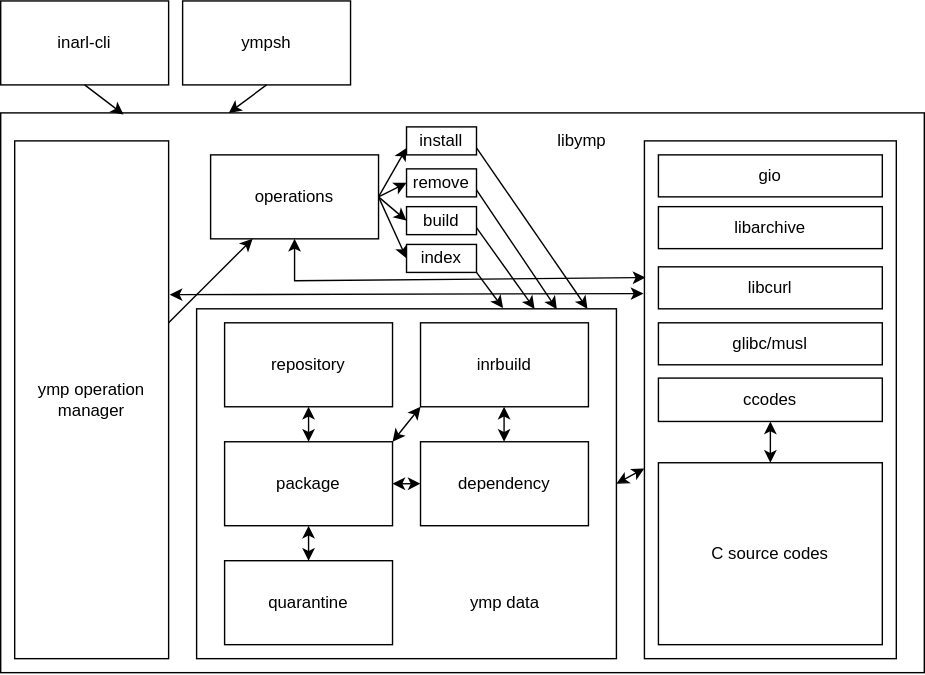
turkman-linux/ymp keeps this draw.io diagram as src/ymp-work-schema.svg. Above is the earlier version. Source tidied: cells renumbered, new cells last; positions are measured from the earlier drawing's top-left corner, leaving out a move shared by most shapes. The source it was exported from:
```xml
<mxGraphModel>
  <root>
    <mxCell id="0" />
    <mxCell id="1" parent="0" />
    <mxCell id="2" value="&lt;div&gt;inarl-cli&lt;/div&gt;" style="rounded=0;whiteSpace=wrap;html=1;" parent="1" vertex="1">
      <mxGeometry width="120" height="60" as="geometry" />
    </mxCell>
    <mxCell id="3" style="rounded=0;whiteSpace=wrap;html=1;" parent="1" vertex="1">
      <mxGeometry y="80" width="660" height="400" as="geometry" />
    </mxCell>
    <mxCell id="4" value="&lt;div&gt;operations&lt;/div&gt;" style="rounded=0;whiteSpace=wrap;html=1;" parent="1" vertex="1">
      <mxGeometry x="150" y="110" width="120" height="60" as="geometry" />
    </mxCell>
    <mxCell id="5" style="endArrow=classic;html=1;rounded=0;exitX=0.5;exitY=1;exitDx=0;exitDy=0;entryX=0.133;entryY=0.003;entryDx=0;entryDy=0;entryPerimeter=0;" parent="1" edge="1" source="2" target="3">
      <mxGeometry relative="1" as="geometry" />
    </mxCell>
    <mxCell id="6" value="inary operation manager" style="rounded=0;whiteSpace=wrap;html=1;" parent="1" vertex="1">
      <mxGeometry x="10" y="100" width="110" height="370" as="geometry" />
    </mxCell>
    <mxCell id="7" style="endArrow=classic;html=1;rounded=0;" parent="1" edge="1" source="6" target="4">
      <mxGeometry relative="1" as="geometry" />
    </mxCell>
    <mxCell id="8" value="install" style="rounded=0;whiteSpace=wrap;html=1;" parent="1" vertex="1">
      <mxGeometry x="290" y="90" width="50" height="20" as="geometry" />
    </mxCell>
    <mxCell id="9" value="remove" style="rounded=0;whiteSpace=wrap;html=1;" parent="1" vertex="1">
      <mxGeometry x="290" y="120" width="50" height="20" as="geometry" />
    </mxCell>
    <mxCell id="10" value="&lt;div&gt;build&lt;/div&gt;" style="rounded=0;whiteSpace=wrap;html=1;" parent="1" vertex="1">
      <mxGeometry x="290" y="147" width="50" height="20" as="geometry" />
    </mxCell>
    <mxCell id="11" value="index" style="rounded=0;whiteSpace=wrap;html=1;" parent="1" vertex="1">
      <mxGeometry x="290" y="174" width="50" height="20" as="geometry" />
    </mxCell>
    <mxCell id="12" style="endArrow=classic;html=1;rounded=0;exitX=1;exitY=0.5;exitDx=0;exitDy=0;entryX=0;entryY=0.75;entryDx=0;entryDy=0;" parent="1" edge="1" source="4" target="8">
      <mxGeometry relative="1" as="geometry" />
    </mxCell>
    <mxCell id="13" style="endArrow=classic;html=1;rounded=0;exitX=1;exitY=0.5;exitDx=0;exitDy=0;entryX=0;entryY=0.5;entryDx=0;entryDy=0;" parent="1" edge="1" source="4" target="9">
      <mxGeometry relative="1" as="geometry" />
    </mxCell>
    <mxCell id="14" style="endArrow=classic;html=1;rounded=0;exitX=1;exitY=0.5;exitDx=0;exitDy=0;entryX=0;entryY=0.5;entryDx=0;entryDy=0;" parent="1" edge="1" source="4" target="10">
      <mxGeometry relative="1" as="geometry" />
    </mxCell>
    <mxCell id="15" style="endArrow=classic;html=1;rounded=0;entryX=0;entryY=0.5;entryDx=0;entryDy=0;" parent="1" edge="1" target="11">
      <mxGeometry relative="1" as="geometry">
        <mxPoint x="270" y="140" as="sourcePoint" />
      </mxGeometry>
    </mxCell>
    <mxCell id="16" style="rounded=0;whiteSpace=wrap;html=1;" parent="1" vertex="1">
      <mxGeometry x="140" y="220" width="300" height="250" as="geometry" />
    </mxCell>
    <mxCell id="17" value="repository" style="rounded=0;whiteSpace=wrap;html=1;" parent="1" vertex="1">
      <mxGeometry x="160" y="230" width="120" height="60" as="geometry" />
    </mxCell>
    <mxCell id="18" value="package" style="rounded=0;whiteSpace=wrap;html=1;" parent="1" vertex="1">
      <mxGeometry x="160" y="315" width="120" height="60" as="geometry" />
    </mxCell>
    <mxCell id="19" style="endArrow=classic;startArrow=classic;html=1;rounded=0;exitX=0.5;exitY=1;exitDx=0;exitDy=0;entryX=0.5;entryY=0;entryDx=0;entryDy=0;" parent="1" edge="1" source="17" target="18">
      <mxGeometry relative="1" as="geometry" />
    </mxCell>
    <mxCell id="20" value="quarantine" style="rounded=0;whiteSpace=wrap;html=1;" parent="1" vertex="1">
      <mxGeometry x="160" y="400" width="120" height="60" as="geometry" />
    </mxCell>
    <mxCell id="21" style="endArrow=classic;startArrow=classic;html=1;rounded=0;exitX=0.5;exitY=1;exitDx=0;exitDy=0;" parent="1" edge="1" source="18" target="20">
      <mxGeometry relative="1" as="geometry" />
    </mxCell>
    <mxCell id="22" style="endArrow=classic;html=1;rounded=0;exitX=1;exitY=1;exitDx=0;exitDy=0;entryX=0.73;entryY=-0.002;entryDx=0;entryDy=0;entryPerimeter=0;" parent="1" edge="1" source="11" target="16">
      <mxGeometry relative="1" as="geometry" />
    </mxCell>
    <mxCell id="23" style="endArrow=classic;html=1;rounded=0;exitX=1;exitY=0.75;exitDx=0;exitDy=0;entryX=0.805;entryY=0;entryDx=0;entryDy=0;entryPerimeter=0;" parent="1" edge="1" source="10" target="16">
      <mxGeometry relative="1" as="geometry" />
    </mxCell>
    <mxCell id="24" style="endArrow=classic;html=1;rounded=0;exitX=1;exitY=0.75;exitDx=0;exitDy=0;entryX=0.858;entryY=0.001;entryDx=0;entryDy=0;entryPerimeter=0;" parent="1" edge="1" source="9" target="16">
      <mxGeometry relative="1" as="geometry" />
    </mxCell>
    <mxCell id="25" style="endArrow=classic;html=1;rounded=0;exitX=1;exitY=0.75;exitDx=0;exitDy=0;entryX=0.931;entryY=0;entryDx=0;entryDy=0;entryPerimeter=0;" parent="1" edge="1" source="8" target="16">
      <mxGeometry relative="1" as="geometry" />
    </mxCell>
    <mxCell id="26" value="inrbuild" style="rounded=0;whiteSpace=wrap;html=1;" parent="1" vertex="1">
      <mxGeometry x="300" y="230" width="120" height="60" as="geometry" />
    </mxCell>
    <mxCell id="27" value="dependency" style="rounded=0;whiteSpace=wrap;html=1;" parent="1" vertex="1">
      <mxGeometry x="300" y="315" width="120" height="60" as="geometry" />
    </mxCell>
    <mxCell id="28" style="endArrow=classic;startArrow=classic;html=1;rounded=0;exitX=1;exitY=0.5;exitDx=0;exitDy=0;" parent="1" edge="1" source="18" target="27">
      <mxGeometry relative="1" as="geometry" />
    </mxCell>
    <mxCell id="29" style="endArrow=classic;startArrow=classic;html=1;rounded=0;exitX=0.5;exitY=1;exitDx=0;exitDy=0;entryX=0.5;entryY=0;entryDx=0;entryDy=0;" parent="1" edge="1">
      <mxGeometry relative="1" as="geometry">
        <mxPoint x="359.7" y="290" as="sourcePoint" />
        <mxPoint x="359.7" y="315" as="targetPoint" />
      </mxGeometry>
    </mxCell>
    <mxCell id="30" style="endArrow=classic;startArrow=classic;html=1;rounded=0;exitX=1;exitY=0;exitDx=0;exitDy=0;entryX=0;entryY=1;entryDx=0;entryDy=0;" parent="1" edge="1" source="18" target="26">
      <mxGeometry relative="1" as="geometry" />
    </mxCell>
    <mxCell id="31" style="rounded=0;whiteSpace=wrap;html=1;" parent="1" vertex="1">
      <mxGeometry x="460" y="100" width="180" height="370" as="geometry" />
    </mxCell>
    <mxCell id="32" value="&lt;div&gt;inary data&lt;/div&gt;" style="text;html=1;align=center;verticalAlign=middle;fillColor=none;strokeColor=none;rounded=0;" parent="1" vertex="1">
      <mxGeometry x="325" y="415" width="70" height="30" as="geometry" />
    </mxCell>
    <mxCell id="33" value="libinary" style="text;html=1;align=center;verticalAlign=middle;fillColor=none;strokeColor=none;rounded=0;" parent="1" vertex="1">
      <mxGeometry x="385" y="85" width="60" height="30" as="geometry" />
    </mxCell>
    <mxCell id="34" value="C source codes" style="rounded=0;whiteSpace=wrap;html=1;" parent="1" vertex="1">
      <mxGeometry x="470" y="330" width="160" height="130" as="geometry" />
    </mxCell>
    <mxCell id="35" value="ccodes" style="rounded=0;whiteSpace=wrap;html=1;" parent="1" vertex="1">
      <mxGeometry x="470" y="269.5" width="160" height="31" as="geometry" />
    </mxCell>
    <mxCell id="36" style="endArrow=classic;startArrow=classic;html=1;rounded=0;exitX=0.5;exitY=0;exitDx=0;exitDy=0;entryX=0.5;entryY=1;entryDx=0;entryDy=0;" parent="1" edge="1" source="34" target="35">
      <mxGeometry relative="1" as="geometry" />
    </mxCell>
    <mxCell id="37" style="endArrow=classic;startArrow=classic;html=1;rounded=0;exitX=1;exitY=0.5;exitDx=0;exitDy=0;" parent="1" edge="1" source="16" target="31">
      <mxGeometry relative="1" as="geometry" />
    </mxCell>
    <mxCell id="38" style="endArrow=classic;startArrow=classic;html=1;rounded=0;exitX=1.007;exitY=0.297;exitDx=0;exitDy=0;entryX=-0.004;entryY=0.295;entryDx=0;entryDy=0;entryPerimeter=0;exitPerimeter=0;" parent="1" edge="1" source="6" target="31">
      <mxGeometry relative="1" as="geometry" />
    </mxCell>
    <mxCell id="39" style="endArrow=classic;startArrow=classic;html=1;rounded=0;exitX=0.5;exitY=1;exitDx=0;exitDy=0;entryX=0.004;entryY=0.264;entryDx=0;entryDy=0;entryPerimeter=0;" parent="1" edge="1" source="4" target="31">
      <mxGeometry relative="1" as="geometry">
        <Array as="points">
          <mxPoint x="210" y="200" />
        </Array>
      </mxGeometry>
    </mxCell>
    <mxCell id="40" value="gio" style="rounded=0;whiteSpace=wrap;html=1;" parent="1" vertex="1">
      <mxGeometry x="470" y="110" width="160" height="30" as="geometry" />
    </mxCell>
    <mxCell id="41" value="libarchive" style="rounded=0;whiteSpace=wrap;html=1;" parent="1" vertex="1">
      <mxGeometry x="470" y="147" width="160" height="30" as="geometry" />
    </mxCell>
    <mxCell id="42" value="libcurl" style="rounded=0;whiteSpace=wrap;html=1;" parent="1" vertex="1">
      <mxGeometry x="470" y="190" width="160" height="30" as="geometry" />
    </mxCell>
    <mxCell id="43" value="glibc/musl" style="rounded=0;whiteSpace=wrap;html=1;" parent="1" vertex="1">
      <mxGeometry x="470" y="230" width="160" height="30" as="geometry" />
    </mxCell>
    <mxCell id="44" value="inarysh" style="rounded=0;whiteSpace=wrap;html=1;" parent="1" vertex="1">
      <mxGeometry x="130" width="120" height="60" as="geometry" />
    </mxCell>
    <mxCell id="45" style="endArrow=classic;html=1;rounded=0;exitX=0.5;exitY=1;exitDx=0;exitDy=0;entryX=0.247;entryY=0;entryDx=0;entryDy=0;entryPerimeter=0;" parent="1" edge="1" source="44" target="3">
      <mxGeometry relative="1" as="geometry" />
    </mxCell>
  </root>
</mxGraphModel>
```
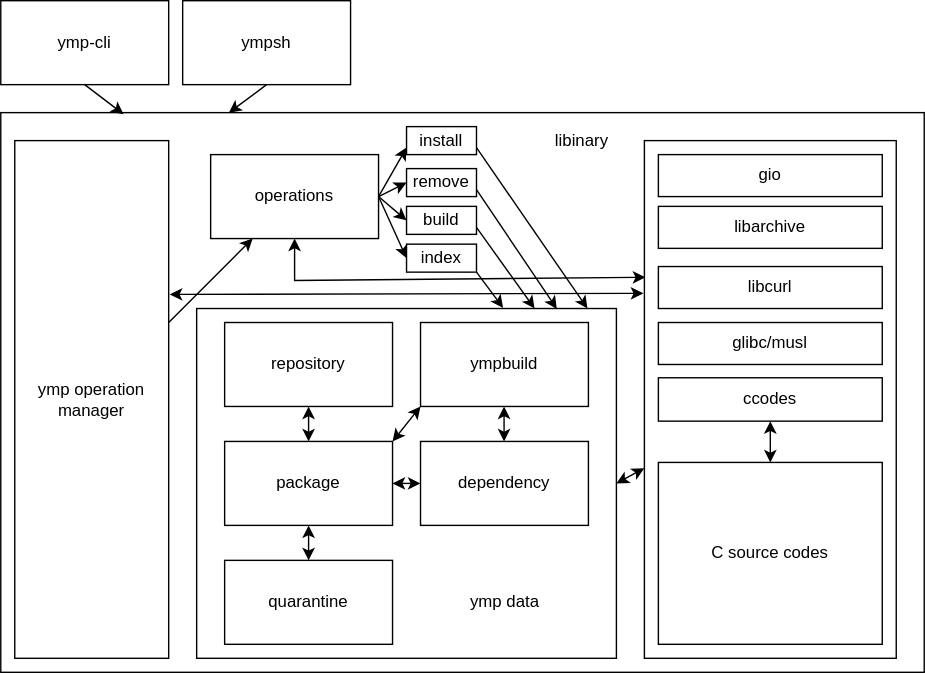
The same file after the commit.

The edit, as a diff of the source:
```diff
@@ -2,7 +2,7 @@
   <root>
     <mxCell id="0" />
     <mxCell id="1" parent="0" />
-    <mxCell id="2" value="&lt;div&gt;inarl-cli&lt;/div&gt;" style="rounded=0;whiteSpace=wrap;html=1;" parent="1" vertex="1">
+    <mxCell id="2" value="&lt;div&gt;ymp-cli&lt;/div&gt;" style="rounded=0;whiteSpace=wrap;html=1;" parent="1" vertex="1">
       <mxGeometry width="120" height="60" as="geometry" />
     </mxCell>
     <mxCell id="3" style="rounded=0;whiteSpace=wrap;html=1;" parent="1" vertex="1">
@@ -14,7 +14,7 @@
     <mxCell id="5" style="endArrow=classic;html=1;rounded=0;exitX=0.5;exitY=1;exitDx=0;exitDy=0;entryX=0.133;entryY=0.003;entryDx=0;entryDy=0;entryPerimeter=0;" parent="1" edge="1" source="2" target="3">
       <mxGeometry relative="1" as="geometry" />
     </mxCell>
-    <mxCell id="6" value="inary operation manager" style="rounded=0;whiteSpace=wrap;html=1;" parent="1" vertex="1">
+    <mxCell id="6" value="ymp operation manager" style="rounded=0;whiteSpace=wrap;html=1;" parent="1" vertex="1">
       <mxGeometry x="10" y="100" width="110" height="370" as="geometry" />
     </mxCell>
     <mxCell id="7" style="endArrow=classic;html=1;rounded=0;" parent="1" edge="1" source="6" target="4">
@@ -76,7 +76,7 @@
     <mxCell id="25" style="endArrow=classic;html=1;rounded=0;exitX=1;exitY=0.75;exitDx=0;exitDy=0;entryX=0.931;entryY=0;entryDx=0;entryDy=0;entryPerimeter=0;" parent="1" edge="1" source="8" target="16">
       <mxGeometry relative="1" as="geometry" />
     </mxCell>
-    <mxCell id="26" value="inrbuild" style="rounded=0;whiteSpace=wrap;html=1;" parent="1" vertex="1">
+    <mxCell id="26" value="ympbuild" style="rounded=0;whiteSpace=wrap;html=1;" parent="1" vertex="1">
       <mxGeometry x="300" y="230" width="120" height="60" as="geometry" />
     </mxCell>
     <mxCell id="27" value="dependency" style="rounded=0;whiteSpace=wrap;html=1;" parent="1" vertex="1">
@@ -97,8 +97,8 @@
     <mxCell id="31" style="rounded=0;whiteSpace=wrap;html=1;" parent="1" vertex="1">
       <mxGeometry x="460" y="100" width="180" height="370" as="geometry" />
     </mxCell>
-    <mxCell id="32" value="&lt;div&gt;inary data&lt;/div&gt;" style="text;html=1;align=center;verticalAlign=middle;fillColor=none;strokeColor=none;rounded=0;" parent="1" vertex="1">
-      <mxGeometry x="325" y="415" width="70" height="30" as="geometry" />
+    <mxCell id="32" value="&lt;div&gt;ymp data&lt;/div&gt;" style="text;html=1;align=center;verticalAlign=middle;fillColor=none;strokeColor=none;rounded=0;" parent="1" vertex="1">
+      <mxGeometry x="320" y="415" width="80" height="30" as="geometry" />
     </mxCell>
     <mxCell id="33" value="libinary" style="text;html=1;align=center;verticalAlign=middle;fillColor=none;strokeColor=none;rounded=0;" parent="1" vertex="1">
       <mxGeometry x="385" y="85" width="60" height="30" as="geometry" />
@@ -137,7 +137,7 @@
     <mxCell id="43" value="glibc/musl" style="rounded=0;whiteSpace=wrap;html=1;" parent="1" vertex="1">
       <mxGeometry x="470" y="230" width="160" height="30" as="geometry" />
     </mxCell>
-    <mxCell id="44" value="inarysh" style="rounded=0;whiteSpace=wrap;html=1;" parent="1" vertex="1">
+    <mxCell id="44" value="ympsh" style="rounded=0;whiteSpace=wrap;html=1;" parent="1" vertex="1">
       <mxGeometry x="130" width="120" height="60" as="geometry" />
     </mxCell>
     <mxCell id="45" style="endArrow=classic;html=1;rounded=0;exitX=0.5;exitY=1;exitDx=0;exitDy=0;entryX=0.247;entryY=0;entryDx=0;entryDy=0;entryPerimeter=0;" parent="1" edge="1" source="44" target="3">
```
